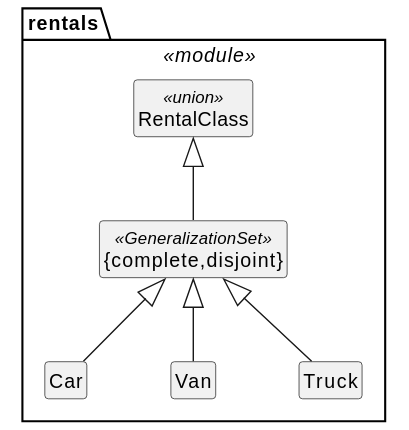
The PlantUML diagram docs/uml-ex-union.svg in sdm-lang/tree-sitter-sdml, before a commit.
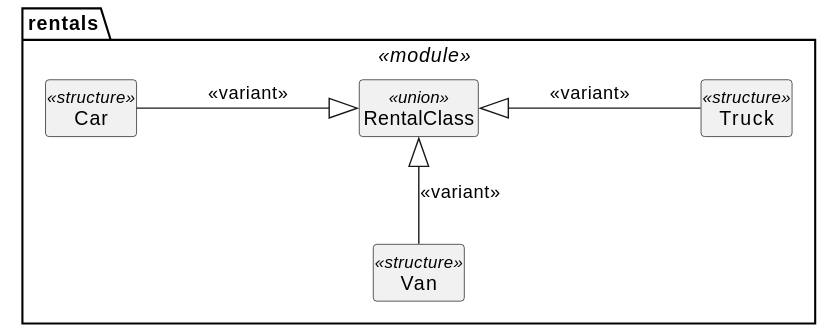
After the change.

What changed in the source:
```diff
@@ -2,23 +2,20 @@
 skinparam backgroundColor transparent
 skinparam style strictuml
 skinparam linetype polyline
-skinparam nodesep 60
+skinparam nodesep 100
 
 hide circle
 hide empty members
 
 package rentals <<module>> {
 
-    class Car
-    class Van
-    class Truck
+    class Car <<structure>>
+    class Van <<structure>>
+    class Truck <<structure>>
     class RentalClass <<union>>
 
-    class "{complete,disjoint}" as gs1 <<GeneralizationSet>>
-
-    Car -u-|> gs1
-    Van -u-|> gs1
-    Truck -u-|> gs1
-    gs1 -u-|> RentalClass
+    Car -right-|> RentalClass: <<variant>>
+    Van -up-|> RentalClass: <<variant>>
+    Truck -left-|> RentalClass: <<variant>>
 }
 @enduml
```
